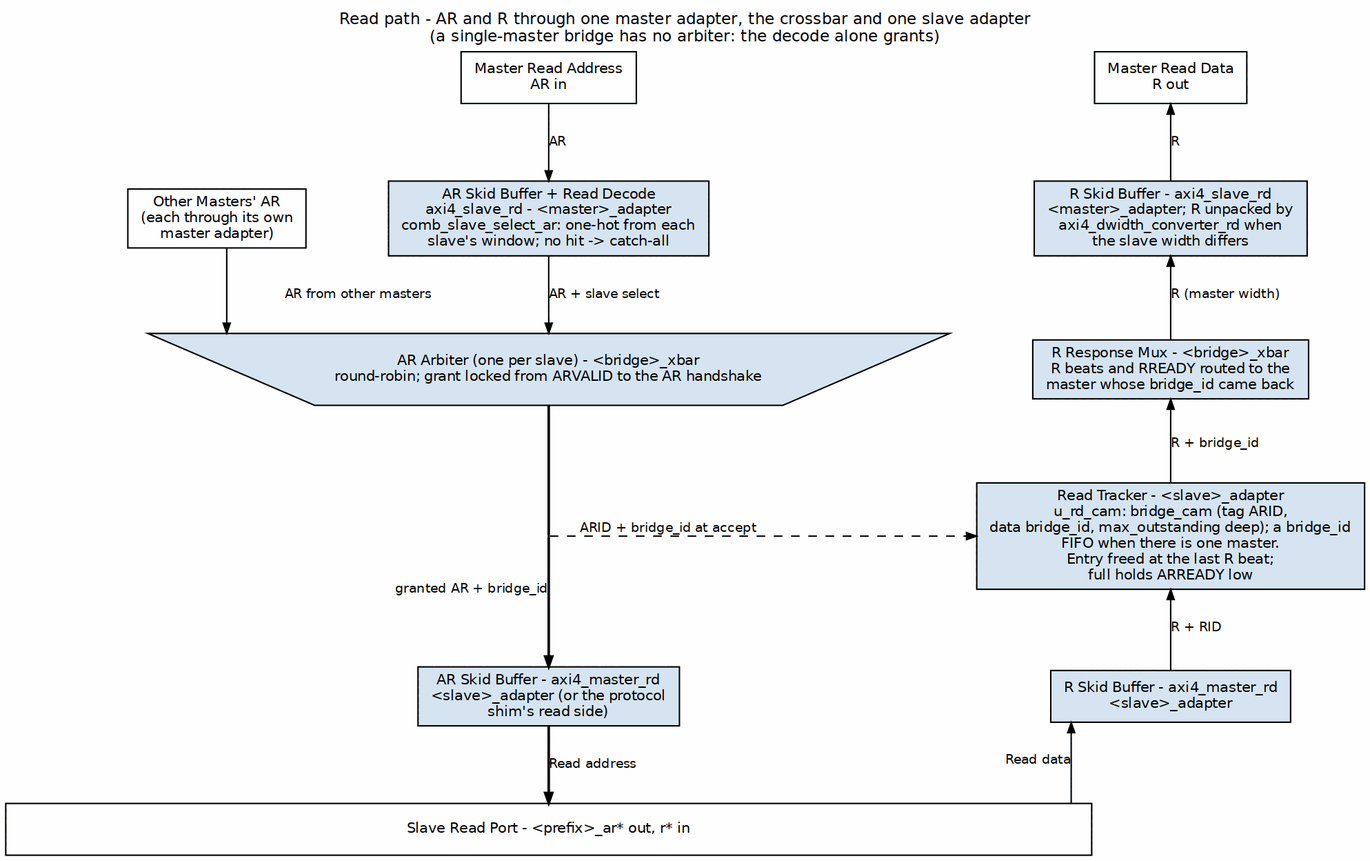
This is projects/components/fabric-gen-ip/bridge/docs/bridge_has/assets/graphviz/read_path_flow.png from sean-galloway/RTLDesignSherpa, a Graphviz export, as it was before one commit. Its source is kept beside it as projects/components/fabric-gen-ip/bridge/docs/bridge_has/assets/graphviz/read_path_flow.dot.
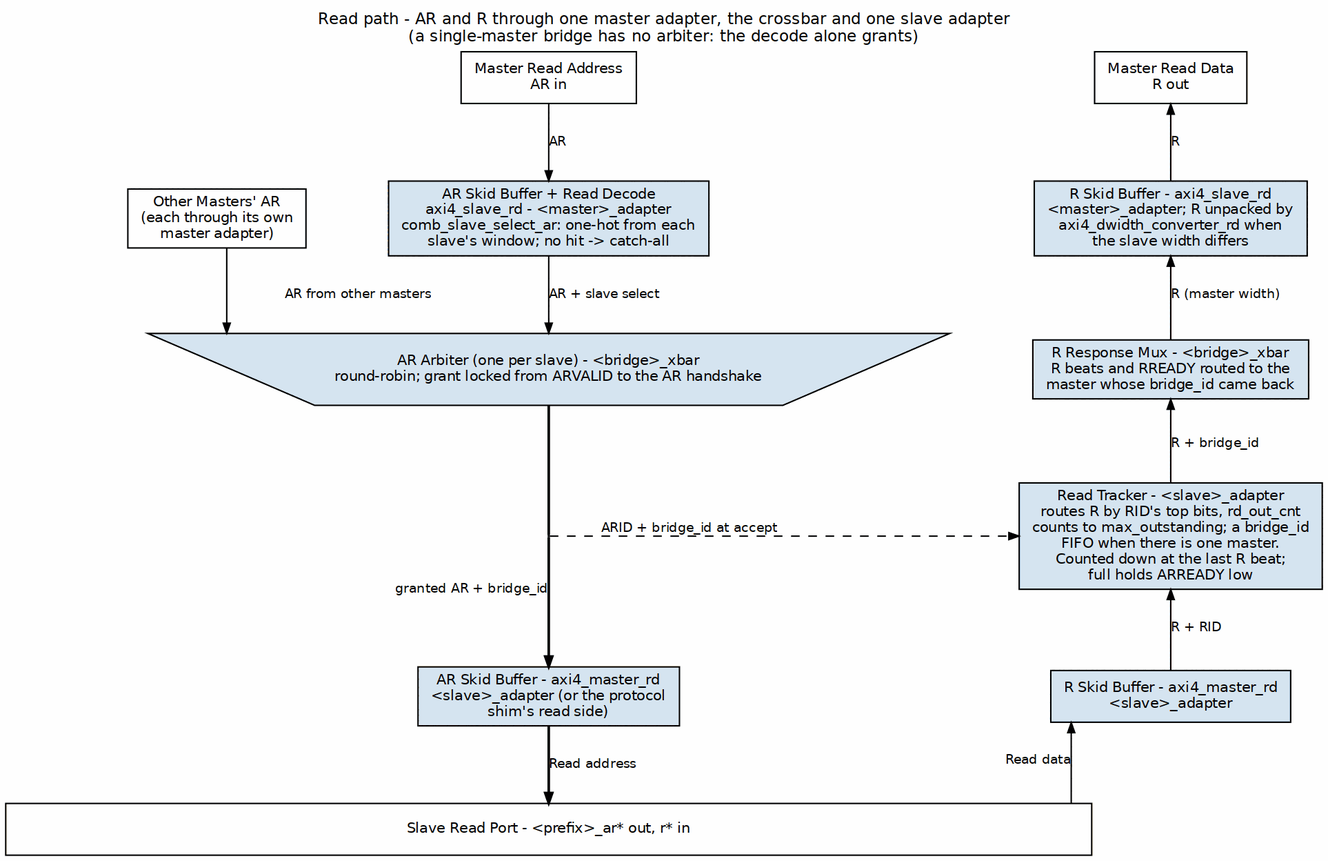
The same file after the commit.

Diff of the diagram source:
```diff
@@ -20,7 +20,7 @@
     { rank=same; arb; rmux; }
     arb -> rmux [style=invis];
     pc3 [shape=point, width=0.01, label="", group=C];
-    trk [label="Read Tracker - <slave>_adapter\nu_rd_cam: bridge_cam (tag ARID,\ndata bridge_id, max_outstanding deep); a bridge_id\nFIFO when there is one master.\nEntry freed at the last R beat;\nfull holds ARREADY low", group=R];
+    trk [label="Read Tracker - <slave>_adapter\nroutes R by RID's top bits, rd_out_cnt\ncounts to max_outstanding; a bridge_id\nFIFO when there is one master.\nCounted down at the last R beat;\nfull holds ARREADY low", group=R];
     { rank=same; pc3; trk; }
     sC [label="AR Skid Buffer - axi4_master_rd\n<slave>_adapter (or the protocol\nshim's read side)", group=C];
     sR [label="R Skid Buffer - axi4_master_rd\n<slave>_adapter", group=R];
```
